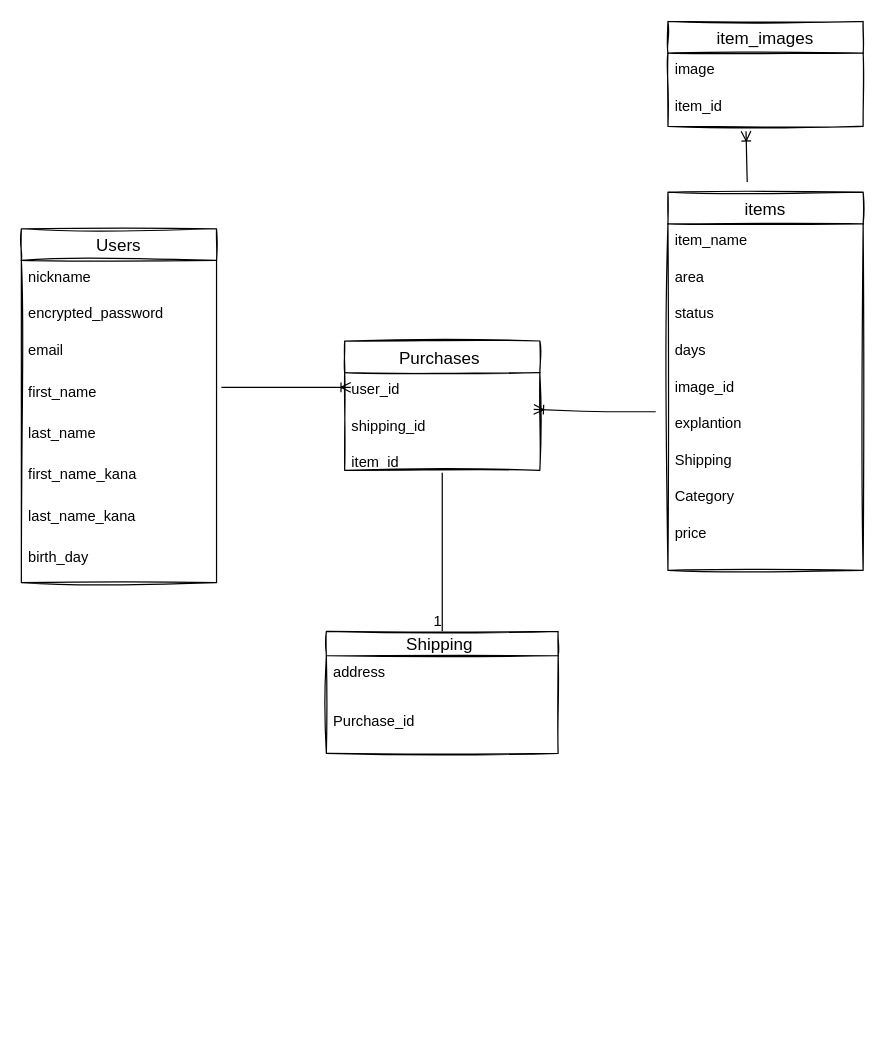
Above: test.dio in hiroki917/furima-36021 (draw.io), before the change. Source tidied: cells renumbered, new cells numbered last; positions are measured from the earlier drawing's top-left corner, leaving out a move shared by most shapes. Both pictures are drawn from the tidied source at 122%, with x=0, y=0 at pixel (21, 21).
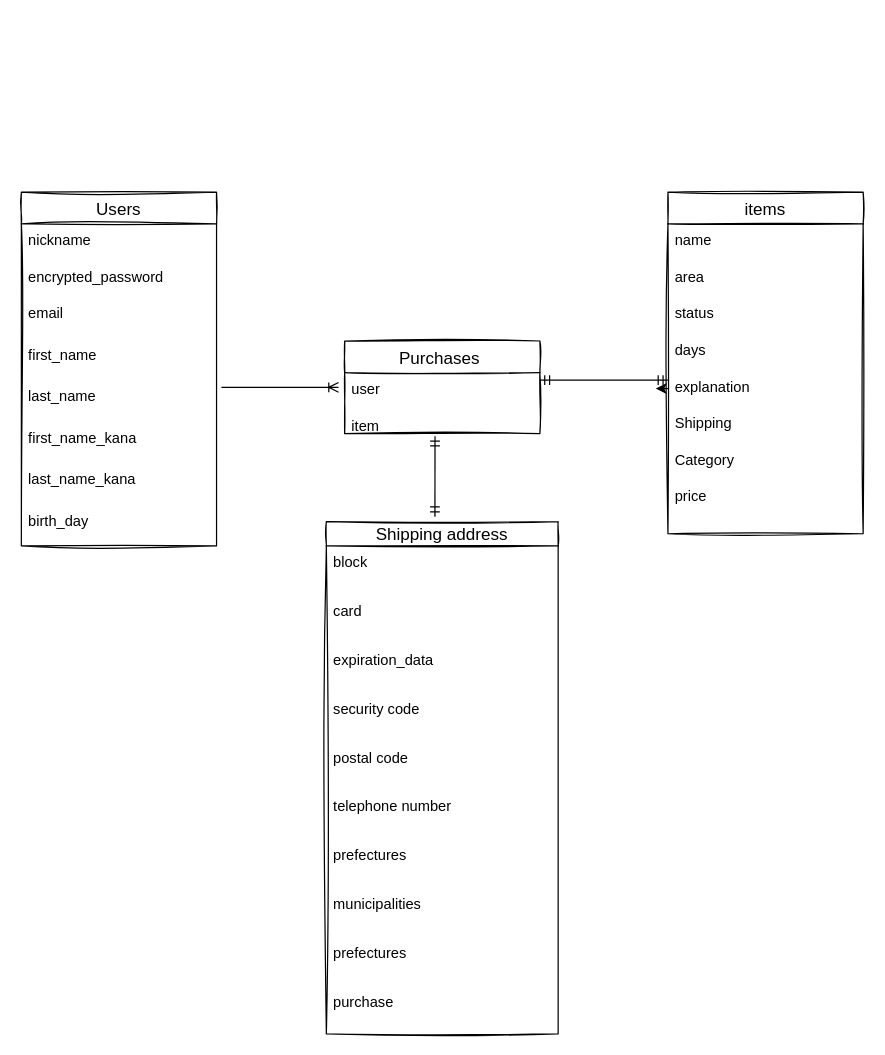
After the change.

Commit message (it also covers changes not shown here):
データーベース修正

Unchanged cells that the change refers to:
```xml
<mxCell id="6" value="first_name" style="text;strokeColor=none;fillColor=none;spacingLeft=4;spacingRight=4;overflow=hidden;points=[[0,0.5],[1,0.5]];portConstraint=eastwest;fontSize=12;" parent="2" vertex="1">
  <mxGeometry y="120" width="160" height="34" as="geometry" />
</mxCell>
<mxCell id="7" value="last_name" style="text;strokeColor=none;fillColor=none;spacingLeft=4;spacingRight=4;overflow=hidden;points=[[0,0.5],[1,0.5]];portConstraint=eastwest;fontSize=12;" parent="2" vertex="1">
  <mxGeometry y="154" width="160" height="34" as="geometry" />
</mxCell>
```

What changed in the source:
```diff
@@
     <mxCell id="2" value="Users" style="swimlane;fontStyle=0;horizontal=1;startSize=26;align=center;fontSize=14;sketch=1;" parent="1" vertex="1">
-      <mxGeometry y="170" width="160" height="290" as="geometry" />
+      <mxGeometry y="140" width="160" height="290" as="geometry" />
     </mxCell>
@@
     <mxCell id="11" value="items" style="swimlane;fontStyle=0;horizontal=1;startSize=26;align=center;fontSize=14;sketch=1;" parent="1" vertex="1">
-      <mxGeometry x="530" y="140" width="160" height="310" as="geometry" />
+      <mxGeometry x="530" y="140" width="160" height="280" as="geometry" />
     </mxCell>
-    <mxCell id="12" value="item_name " style="text;strokeColor=none;fillColor=none;spacingLeft=4;spacingRight=4;overflow=hidden;fontSize=12;" parent="11" vertex="1">
+    <mxCell id="12" value="name " style="text;strokeColor=none;fillColor=none;spacingLeft=4;spacingRight=4;overflow=hidden;fontSize=12;" parent="11" vertex="1">
       <mxGeometry y="26" width="160" height="30" as="geometry" />
     </mxCell>
@@
-    <mxCell id="16" value="image_id" style="text;strokeColor=none;fillColor=none;spacingLeft=4;spacingRight=4;overflow=hidden;fontSize=12;" parent="11" vertex="1">
-      <mxGeometry y="146" width="160" height="30" as="geometry" />
-    </mxCell>
-    <mxCell id="17" value="explantion" style="text;strokeColor=none;fillColor=none;spacingLeft=4;spacingRight=4;overflow=hidden;points=[[0,0.5],[1,0.5]];portConstraint=eastwest;fontSize=12;" parent="11" vertex="1">
-      <mxGeometry y="176" width="160" height="30" as="geometry" />
+    <mxCell id="17" value="explanation" style="text;strokeColor=none;fillColor=none;spacingLeft=4;spacingRight=4;overflow=hidden;points=[[0,0.5],[1,0.5]];portConstraint=eastwest;fontSize=12;" parent="11" vertex="1">
+      <mxGeometry y="146" width="160" height="30" as="geometry" />
     </mxCell>
     <mxCell id="18" value="Shipping" style="text;strokeColor=none;fillColor=none;spacingLeft=4;spacingRight=4;overflow=hidden;fontSize=12;" parent="11" vertex="1">
-      <mxGeometry y="206" width="160" height="30" as="geometry" />
+      <mxGeometry y="176" width="160" height="30" as="geometry" />
     </mxCell>
     <mxCell id="19" value="Category" style="text;strokeColor=none;fillColor=none;spacingLeft=4;spacingRight=4;overflow=hidden;fontSize=12;" parent="11" vertex="1">
-      <mxGeometry y="236" width="160" height="30" as="geometry" />
+      <mxGeometry y="206" width="160" height="30" as="geometry" />
     </mxCell>
     <mxCell id="20" value="price" style="text;strokeColor=none;fillColor=none;spacingLeft=4;spacingRight=4;overflow=hidden;fontSize=12;" parent="11" vertex="1">
-      <mxGeometry y="266" width="160" height="44" as="geometry" />
+      <mxGeometry y="236" width="160" height="44" as="geometry" />
     </mxCell>
     <mxCell id="21" value="Purchases " style="swimlane;fontStyle=0;horizontal=1;startSize=26;align=center;fontSize=14;sketch=1;" parent="1" vertex="1">
-      <mxGeometry x="265" y="262" width="160" height="106" as="geometry" />
+      <mxGeometry x="265" y="262" width="160" height="76" as="geometry" />
     </mxCell>
-    <mxCell id="22" value="user_id" style="text;strokeColor=none;fillColor=none;spacingLeft=4;spacingRight=4;overflow=hidden;fontSize=12;" parent="21" vertex="1">
+    <mxCell id="22" value="user" style="text;strokeColor=none;fillColor=none;spacingLeft=4;spacingRight=4;overflow=hidden;fontSize=12;" parent="21" vertex="1">
       <mxGeometry y="26" width="160" height="30" as="geometry" />
     </mxCell>
-    <mxCell id="23" value="shipping_id" style="text;strokeColor=none;fillColor=none;spacingLeft=4;spacingRight=4;overflow=hidden;fontSize=12;" parent="21" vertex="1">
-      <mxGeometry y="56" width="160" height="30" as="geometry" />
-    </mxCell>
-    <mxCell id="24" value="item_id" style="text;strokeColor=none;fillColor=none;spacingLeft=4;spacingRight=4;overflow=hidden;points=[[0,0.5],[1,0.5]];portConstraint=eastwest;fontSize=12;" parent="21" vertex="1">
-      <mxGeometry y="86" width="160" height="20" as="geometry" />
+    <mxCell id="24" value="item" style="text;strokeColor=none;fillColor=none;spacingLeft=4;spacingRight=4;overflow=hidden;points=[[0,0.5],[1,0.5]];portConstraint=eastwest;fontSize=12;" parent="21" vertex="1">
+      <mxGeometry y="56" width="160" height="20" as="geometry" />
     </mxCell>
-    <mxCell id="25" value="Shipping " style="swimlane;fontStyle=0;horizontal=1;startSize=20;align=center;fontSize=14;sketch=1;" parent="1" vertex="1">
-      <mxGeometry x="250" y="500" width="190" height="100" as="geometry" />
+    <mxCell id="25" value="Shipping address" style="swimlane;fontStyle=0;horizontal=1;startSize=20;align=center;fontSize=14;sketch=1;" parent="1" vertex="1">
+      <mxGeometry x="250" y="410" width="190" height="420" as="geometry" />
     </mxCell>
+    <mxCell id="36" value="block" style="text;strokeColor=none;fillColor=none;spacingLeft=4;spacingRight=4;overflow=hidden;fontSize=12;" parent="25" vertex="1">
+      <mxGeometry y="20" width="190" height="40" as="geometry" />
+    </mxCell>
+    <mxCell id="37" value="card" style="text;strokeColor=none;fillColor=none;spacingLeft=4;spacingRight=4;overflow=hidden;fontSize=12;" parent="25" vertex="1">
+      <mxGeometry y="60" width="190" height="40" as="geometry" />
+    </mxCell>
+    <mxCell id="38" value="expiration_data" style="text;strokeColor=none;fillColor=none;spacingLeft=4;spacingRight=4;overflow=hidden;fontSize=12;" parent="25" vertex="1">
+      <mxGeometry y="100" width="190" height="40" as="geometry" />
+    </mxCell>
+    <mxCell id="39" value="security code" style="text;strokeColor=none;fillColor=none;spacingLeft=4;spacingRight=4;overflow=hidden;fontSize=12;" parent="25" vertex="1">
+      <mxGeometry y="140" width="190" height="40" as="geometry" />
+    </mxCell>
+    <mxCell id="40" value="postal code" style="text;strokeColor=none;fillColor=none;spacingLeft=4;spacingRight=4;overflow=hidden;fontSize=12;" parent="25" vertex="1">
+      <mxGeometry y="180" width="190" height="40" as="geometry" />
+    </mxCell>
+    <mxCell id="41" value="telephone number" style="text;strokeColor=none;fillColor=none;spacingLeft=4;spacingRight=4;overflow=hidden;fontSize=12;" parent="25" vertex="1">
+      <mxGeometry y="220" width="190" height="40" as="geometry" />
+    </mxCell>
+    <mxCell id="42" value="prefectures" style="text;strokeColor=none;fillColor=none;spacingLeft=4;spacingRight=4;overflow=hidden;fontSize=12;" parent="25" vertex="1">
+      <mxGeometry y="260" width="190" height="40" as="geometry" />
+    </mxCell>
+    <mxCell id="43" value="municipalities" style="text;strokeColor=none;fillColor=none;spacingLeft=4;spacingRight=4;overflow=hidden;fontSize=12;" parent="25" vertex="1">
+      <mxGeometry y="300" width="190" height="40" as="geometry" />
+    </mxCell>
-    <mxCell id="26" value="address" style="text;strokeColor=none;fillColor=none;spacingLeft=4;spacingRight=4;overflow=hidden;fontSize=12;" parent="25" vertex="1">
-      <mxGeometry y="20" width="190" height="40" as="geometry" />
+    <mxCell id="26" value="prefectures" style="text;strokeColor=none;fillColor=none;spacingLeft=4;spacingRight=4;overflow=hidden;fontSize=12;" parent="25" vertex="1">
+      <mxGeometry y="340" width="190" height="40" as="geometry" />
     </mxCell>
-    <mxCell id="27" value="Purchase_id" style="text;strokeColor=none;fillColor=none;spacingLeft=4;spacingRight=4;overflow=hidden;fontSize=12;" parent="25" vertex="1">
-      <mxGeometry y="60" width="190" height="40" as="geometry" />
+    <mxCell id="27" value="purchase" style="text;strokeColor=none;fillColor=none;spacingLeft=4;spacingRight=4;overflow=hidden;fontSize=12;" parent="25" vertex="1">
+      <mxGeometry y="380" width="190" height="40" as="geometry" />
     </mxCell>
-    <mxCell id="28" style="endArrow=none;html=1;rounded=0;entryX=0.5;entryY=0;entryDx=0;entryDy=0;" parent="1" edge="1" target="25">
-      <mxGeometry relative="1" as="geometry">
-        <mxPoint x="345" y="370" as="sourcePoint" />
-      </mxGeometry>
-    </mxCell>
-    <mxCell id="29" value="1" style="html=1;align=right;verticalAlign=bottom;" parent="28" vertex="1">
-      <mxGeometry x="1" relative="1" as="geometry" />
-    </mxCell>
-    <mxCell id="30" value="item_images" style="swimlane;fontStyle=0;horizontal=1;startSize=26;align=center;fontSize=14;sketch=1;" parent="1" vertex="1">
-      <mxGeometry x="530" width="160" height="86" as="geometry" />
-    </mxCell>
-    <mxCell id="31" value="image" style="text;strokeColor=none;fillColor=none;spacingLeft=4;spacingRight=4;overflow=hidden;fontSize=12;" parent="30" vertex="1">
-      <mxGeometry y="26" width="160" height="30" as="geometry" />
-    </mxCell>
-    <mxCell id="32" value="item_id&#10;" style="text;strokeColor=none;fillColor=none;spacingLeft=4;spacingRight=4;overflow=hidden;fontSize=12;" parent="30" vertex="1">
-      <mxGeometry y="56" width="160" height="30" as="geometry" />
-    </mxCell>
-    <mxCell id="33" style="fontSize=12;html=1;endArrow=ERoneToMany;" parent="1" edge="1">
-      <mxGeometry relative="1" as="geometry">
-        <mxPoint x="520" y="320" as="sourcePoint" />
-        <mxPoint x="420" y="318" as="targetPoint" />
-        <Array as="points">
-          <mxPoint x="470" y="320" />
-        </Array>
-      </mxGeometry>
-    </mxCell>
-    <mxCell id="34" style="fontSize=12;html=1;endArrow=ERoneToMany;exitX=0.406;exitY=-0.027;exitDx=0;exitDy=0;exitPerimeter=0;" parent="1" edge="1" source="11">
-      <mxGeometry relative="1" as="geometry">
-        <mxPoint x="594" y="90" as="targetPoint" />
-      </mxGeometry>
-    </mxCell>
-    <mxCell id="35" style="fontSize=12;html=1;endArrow=ERoneToMany;exitX=1.025;exitY=0.294;exitDx=0;exitDy=0;exitPerimeter=0;" parent="1" edge="1" source="6">
+    <mxCell id="35" style="fontSize=12;html=1;endArrow=ERoneToMany;exitX=1.025;exitY=0.176;exitDx=0;exitDy=0;exitPerimeter=0;" parent="1" edge="1" source="7">
       <mxGeometry relative="1" as="geometry">
-        <mxPoint x="270" y="300" as="targetPoint" />
+        <mxPoint x="260" y="300" as="targetPoint" />
+        <Array as="points">
+          <mxPoint x="180" y="300" />
+          <mxPoint x="230" y="300" />
+        </Array>
       </mxGeometry>
     </mxCell>
+    <mxCell id="44" style="fontSize=12;html=1;endArrow=ERmandOne;startArrow=ERmandOne;" parent="1" edge="1">
+      <mxGeometry relative="1" as="geometry">
+        <mxPoint x="425" y="294" as="sourcePoint" />
+        <mxPoint x="530" y="294" as="targetPoint" />
+      </mxGeometry>
+    </mxCell>
+    <mxCell id="45" style="fontSize=12;html=1;endArrow=ERmandOne;startArrow=ERmandOne;entryX=0.463;entryY=1.1;entryDx=0;entryDy=0;entryPerimeter=0;" parent="1" edge="1" target="24">
+      <mxGeometry relative="1" as="geometry">
+        <mxPoint x="339" y="406" as="sourcePoint" />
+      </mxGeometry>
+    </mxCell>
+    <mxCell id="46" style="edgeStyle=none;rounded=0;jettySize=auto;html=1;" parent="1" edge="1" source="17">
+      <mxGeometry relative="1" as="geometry">
+        <mxPoint x="520" y="301" as="targetPoint" />
+      </mxGeometry>
+    </mxCell>
```
